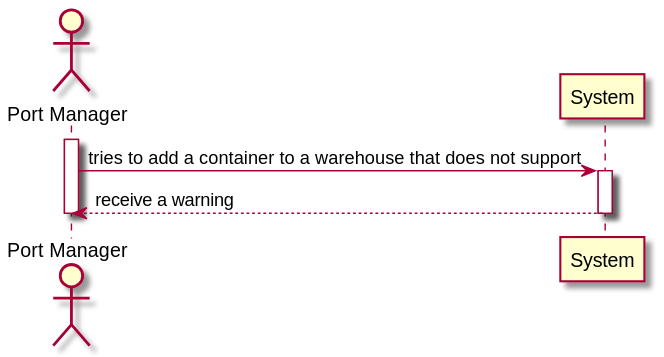
Before: docs/US307/US307_SSD.svg, a diagram exported from PlantUML (0franciscor/lapr3-2021-g042). Its diagram source:
```plantuml
@startuml

actor "Port Manager" as PM
participant "System" as SY

activate PM
PM -> SY : tries to add a container to a warehouse that does not support
activate SY
SY --> PM : receive a warning
deactivate SY
deactivate PM
@enduml
```
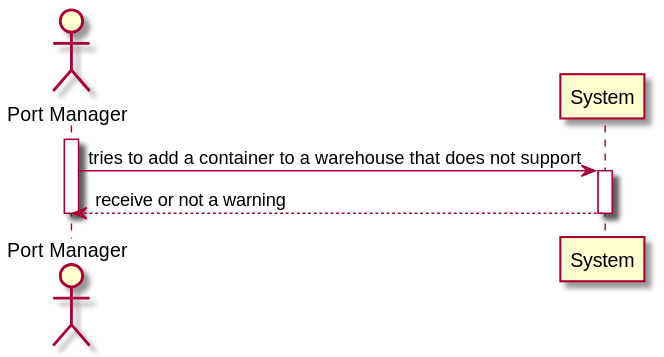
After the change.

What changed in the source:
```diff
@@ -6,7 +6,7 @@
 activate PM
 PM -> SY : tries to add a container to a warehouse that does not support
 activate SY
-SY --> PM : receive a warning
+SY --> PM : receive or not a warning
 deactivate SY
 deactivate PM
 @enduml
```
